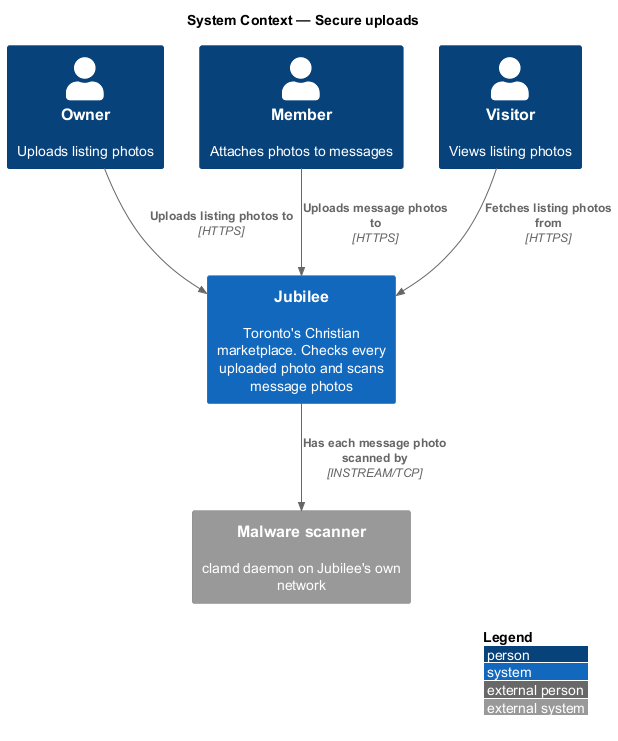
This is docs/detailed-designs/security/secure-uploads/diagrams/c4-context.png from QuinntyneBrown/jubilee, a PlantUML export, as it was before one commit. Its diagram source:
```plantuml
@startuml
!include <C4/C4_Context>
LAYOUT_WITH_LEGEND()
title System Context — Secure uploads

Person(owner, "Owner", "Uploads listing photos")
Person(member, "Member", "Attaches photos to messages")
Person(visitor, "Visitor", "Views listing photos")
System(jubilee, "Jubilee", "Toronto's Christian marketplace. Checks every uploaded photo and scans message photos")
System_Ext(scanner, "Malware scanner", "clamd daemon on Jubilee's own network")

Rel(owner, jubilee, "Uploads listing photos to", "HTTPS")
Rel(member, jubilee, "Uploads message photos to", "HTTPS")
Rel(visitor, jubilee, "Fetches listing photos from", "HTTPS")
Rel(jubilee, scanner, "Has each message photo scanned by", "INSTREAM/TCP")
@enduml
```
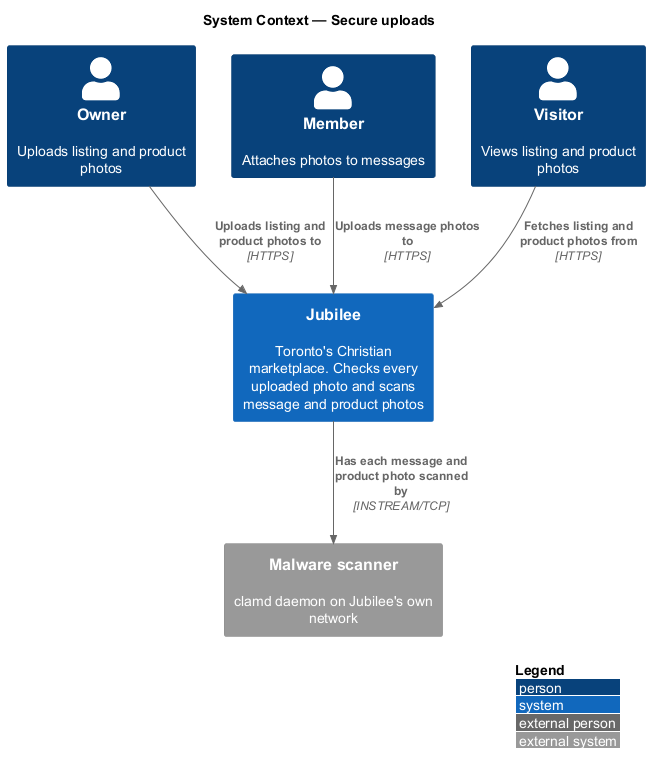
The same file after the commit.

Diff of the diagram source:
```diff
@@ -3,14 +3,14 @@
 LAYOUT_WITH_LEGEND()
 title System Context — Secure uploads
 
-Person(owner, "Owner", "Uploads listing photos")
+Person(owner, "Owner", "Uploads listing and product photos")
 Person(member, "Member", "Attaches photos to messages")
-Person(visitor, "Visitor", "Views listing photos")
-System(jubilee, "Jubilee", "Toronto's Christian marketplace. Checks every uploaded photo and scans message photos")
+Person(visitor, "Visitor", "Views listing and product photos")
+System(jubilee, "Jubilee", "Toronto's Christian marketplace. Checks every uploaded photo and scans message and product photos")
 System_Ext(scanner, "Malware scanner", "clamd daemon on Jubilee's own network")
 
-Rel(owner, jubilee, "Uploads listing photos to", "HTTPS")
+Rel(owner, jubilee, "Uploads listing and product photos to", "HTTPS")
 Rel(member, jubilee, "Uploads message photos to", "HTTPS")
-Rel(visitor, jubilee, "Fetches listing photos from", "HTTPS")
-Rel(jubilee, scanner, "Has each message photo scanned by", "INSTREAM/TCP")
+Rel(visitor, jubilee, "Fetches listing and product photos from", "HTTPS")
+Rel(jubilee, scanner, "Has each message and product photo scanned by", "INSTREAM/TCP")
 @enduml
```
